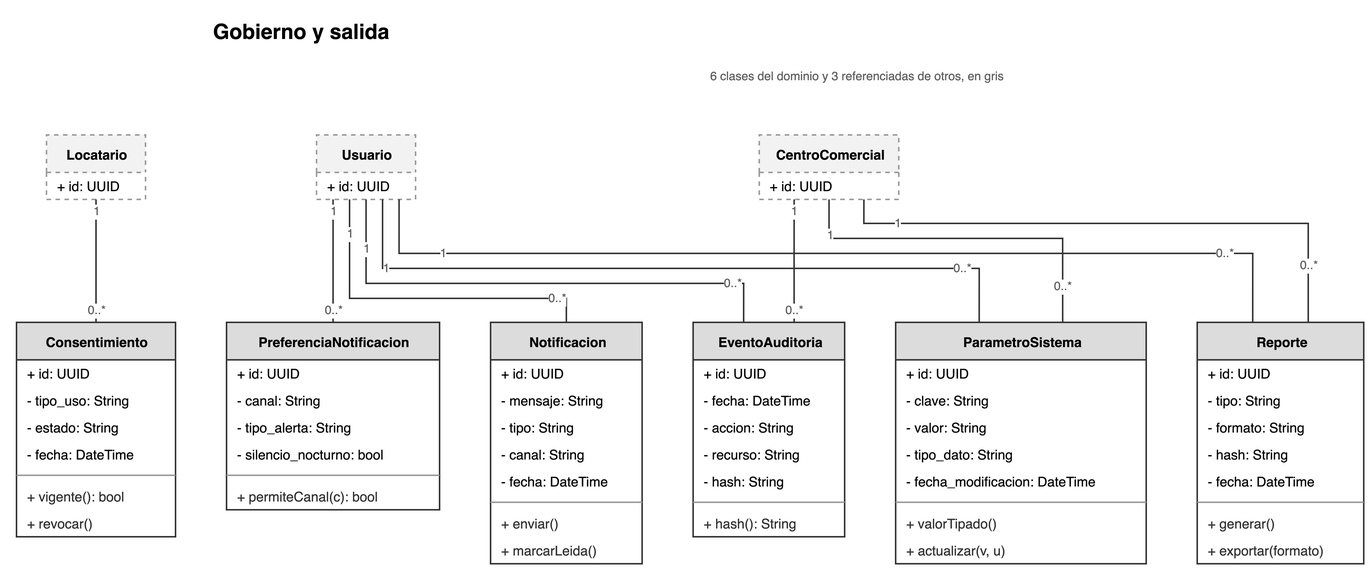
Before: STF/STF/Primera entrega/diagramas/cls_gobierno.drawio.png, a diagram exported from draw.io (javieravellanedaa/ShopMetrics-TFI). Source tidied: cells renumbered, new cells last; positions are measured from the earlier drawing's top-left corner, leaving out a move shared by most shapes.
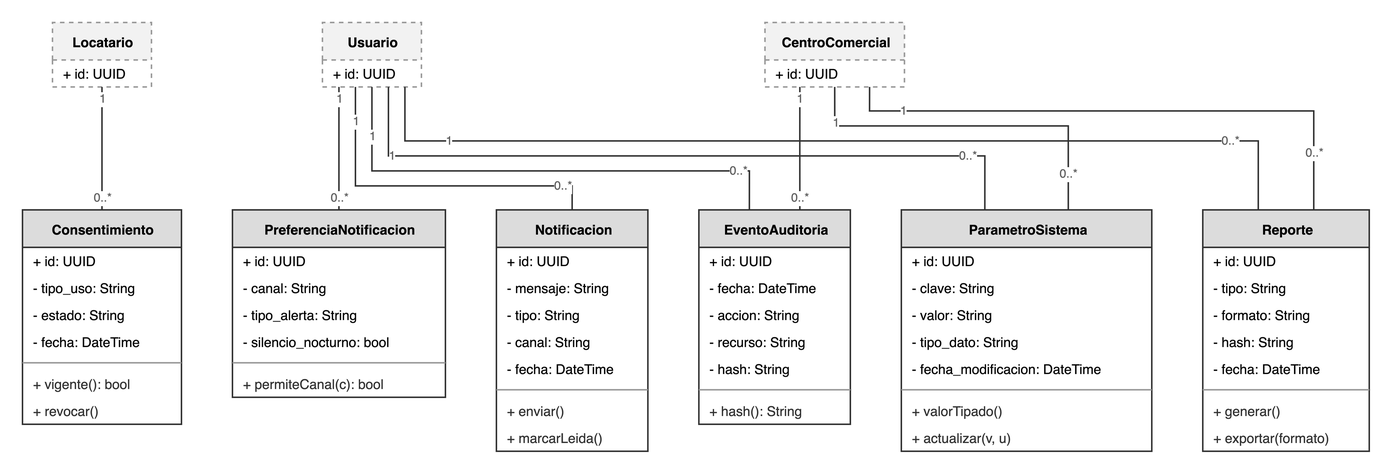
Later version of the same file.

Change to the diagram source:
```diff
@@ -2,12 +2,6 @@
   <root>
     <mxCell id="0" />
     <mxCell id="1" parent="0" />
-    <mxCell id="2" value="Gobierno y salida" style="text;html=1;align=left;verticalAlign=middle;fontSize=14;fontStyle=1;fontColor=#000000;" parent="1" vertex="1">
-      <mxGeometry x="129" width="640" height="22" as="geometry" />
-    </mxCell>
-    <mxCell id="3" value="6 clases del dominio y 3 referenciadas de otros, en gris" style="text;html=1;align=right;verticalAlign=middle;fontSize=8;fontColor=#606060;" parent="1" vertex="1">
-      <mxGeometry x="239" y="32" width="420" height="18" as="geometry" />
-    </mxCell>
     <mxCell id="4" value="Consentimiento" style="swimlane;fontStyle=1;align=center;verticalAlign=middle;horizontal=1;startSize=25;html=1;whiteSpace=nowrap;fillColor=#DCDCDC;strokeColor=#333333;fontColor=#000000;swimlaneFillColor=#FFFFFF;fontSize=9;" parent="1" vertex="1">
       <mxGeometry y="205" width="106" height="143" as="geometry" />
     </mxCell>
```
